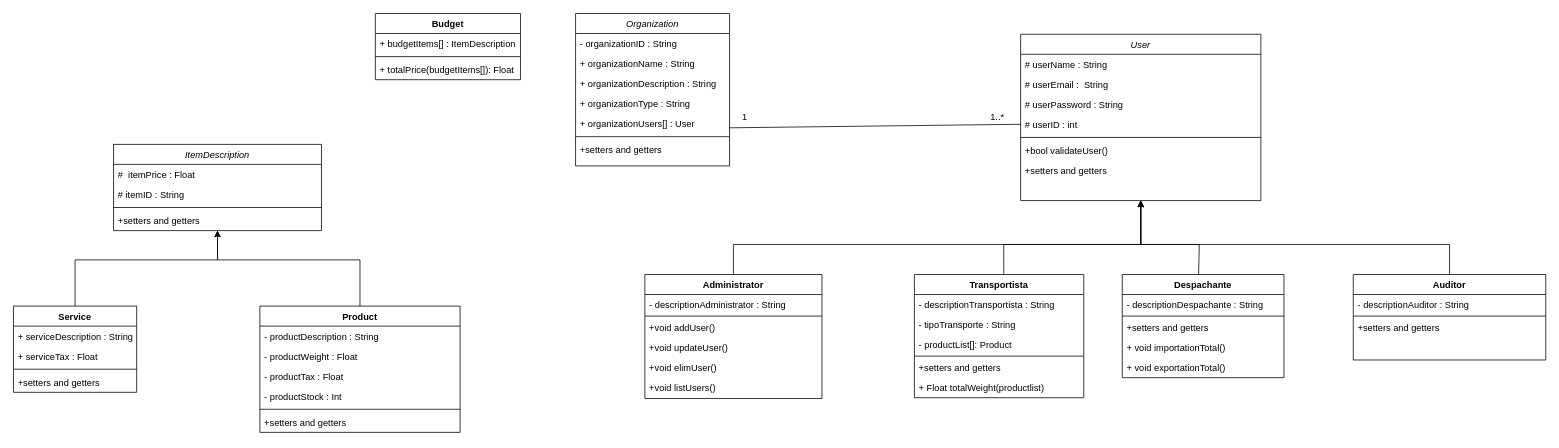
MMonzon00/LP3_Backend_java keeps this draw.io diagram as ClassDiagramLP3_project.drawio. Above is the earlier version. Source tidied: cells renumbered, new cells numbered last; positions are measured from the earlier drawing's top-left corner, leaving out a move shared by most shapes. Both pictures are drawn from the tidied source at 77%, with x=0, y=0 at pixel (13, 13).
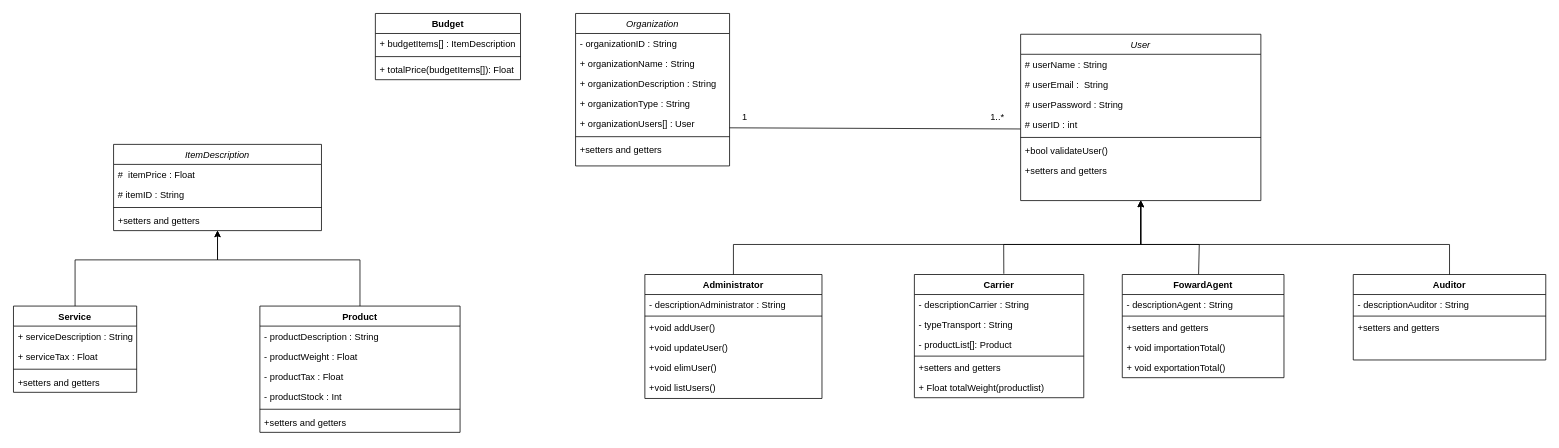
The same page after the edit.

The change refers to these unchanged cells:
```xml
<mxCell id="2" value="Organization" style="swimlane;fontStyle=2;align=center;verticalAlign=top;horizontal=1;startSize=26;rounded=0;shadow=0;strokeWidth=1;" parent="1" vertex="1">
  <mxGeometry x="730" width="200" height="198" as="geometry" />
</mxCell>
<mxCell id="21" value=" # userID : int&#10;" style="text;align=left;verticalAlign=top;spacingLeft=4;spacingRight=4;overflow=hidden;points=[[0,0.5],[1,0.5]];portConstraint=eastwest;rounded=0;shadow=0;html=0;" parent="17" vertex="1">
  <mxGeometry y="104" width="312" height="26" as="geometry" />
</mxCell>
<mxCell id="70" value="1..*" style="text;html=1;strokeColor=none;fillColor=none;align=center;verticalAlign=middle;whiteSpace=wrap;rounded=0;" parent="1" vertex="1">
  <mxGeometry x="1248" y="120" width="60" height="30" as="geometry" />
</mxCell>
```

Diff of the diagram source:
```diff
@@
-    <mxCell id="42" value="Transportista" style="swimlane;fontStyle=1;align=center;verticalAlign=top;horizontal=1;startSize=26;rounded=0;shadow=0;strokeWidth=1;" parent="1" vertex="1">
+    <mxCell id="42" value="Carrier" style="swimlane;fontStyle=1;align=center;verticalAlign=top;horizontal=1;startSize=26;rounded=0;shadow=0;strokeWidth=1;" parent="1" vertex="1">
       <mxGeometry x="1170" y="339" width="220" height="160" as="geometry" />
     </mxCell>
-    <mxCell id="43" value="- descriptionTransportista : String " style="text;strokeColor=none;fillColor=none;align=left;verticalAlign=top;spacingLeft=4;spacingRight=4;overflow=hidden;" parent="42" vertex="1">
+    <mxCell id="43" value="- descriptionCarrier : String " style="text;strokeColor=none;fillColor=none;align=left;verticalAlign=top;spacingLeft=4;spacingRight=4;overflow=hidden;" parent="42" vertex="1">
       <mxGeometry y="26" width="220" height="26" as="geometry" />
     </mxCell>
-    <mxCell id="44" value="- tipoTransporte : String " style="text;strokeColor=none;fillColor=none;align=left;verticalAlign=top;spacingLeft=4;spacingRight=4;overflow=hidden;" parent="42" vertex="1">
+    <mxCell id="44" value="- typeTransport : String " style="text;strokeColor=none;fillColor=none;align=left;verticalAlign=top;spacingLeft=4;spacingRight=4;overflow=hidden;" parent="42" vertex="1">
       <mxGeometry y="52" width="220" height="26" as="geometry" />
     </mxCell>
@@
-    <mxCell id="49" value="Despachante" style="swimlane;fontStyle=1;align=center;verticalAlign=top;horizontal=1;startSize=26;rounded=0;shadow=0;strokeWidth=1;" parent="1" vertex="1">
+    <mxCell id="49" value="FowardAgent" style="swimlane;fontStyle=1;align=center;verticalAlign=top;horizontal=1;startSize=26;rounded=0;shadow=0;strokeWidth=1;" parent="1" vertex="1">
       <mxGeometry x="1440" y="339" width="210" height="134" as="geometry" />
     </mxCell>
-    <mxCell id="50" value="- descriptionDespachante : String " style="text;strokeColor=none;fillColor=none;align=left;verticalAlign=top;spacingLeft=4;spacingRight=4;overflow=hidden;" parent="49" vertex="1">
+    <mxCell id="50" value="- descriptionAgent : String " style="text;strokeColor=none;fillColor=none;align=left;verticalAlign=top;spacingLeft=4;spacingRight=4;overflow=hidden;" parent="49" vertex="1">
       <mxGeometry y="26" width="210" height="26" as="geometry" />
     </mxCell>
@@
-    <mxCell id="71" style="endArrow=none;html=1;rounded=0;entryX=0;entryY=0.5;entryDx=0;entryDy=0;exitX=1;exitY=0.75;exitDx=0;exitDy=0;" parent="1" edge="1" source="2" target="21">
-      <mxGeometry relative="1" as="geometry">
-        <Array as="points">
-          <mxPoint x="1300" y="144" />
-        </Array>
-      </mxGeometry>
+    <mxCell id="71" style="endArrow=none;html=1;rounded=0;exitX=1;exitY=0.75;exitDx=0;exitDy=0;entryX=1;entryY=1;entryDx=0;entryDy=0;" parent="1" edge="1" source="2" target="70">
+      <mxGeometry relative="1" as="geometry" />
     </mxCell>
```
